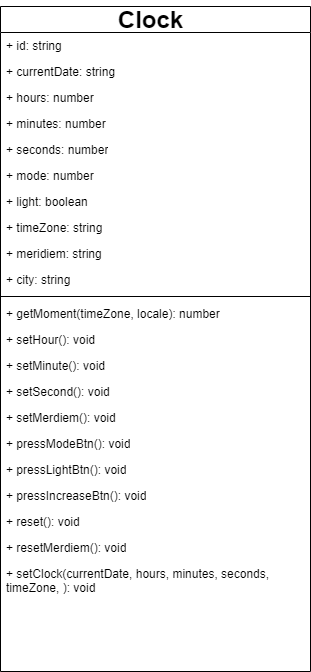
yennguyenthihoang/digital-clock-react-app keeps this draw.io diagram as docs/Watch Diagram.drawio.png. Above is the earlier version. Source tidied: cells renumbered, new cells last; positions are measured from the earlier drawing's top-left corner, leaving out a move shared by most shapes. The source it was exported from:
```xml
<mxGraphModel>
  <root>
    <mxCell id="0" />
    <mxCell id="1" parent="0" />
    <mxCell id="2" value="&lt;span style=&quot;color: rgba(0 , 0 , 0 , 0) ; font-family: monospace ; font-size: 0px ; font-weight: 400&quot;&gt;%3CmxGraphModel%3E%3Croot%3E%3CmxCell%20id%3D%220%22%2F%3E%3CmxCell%20id%3D%221%22%20parent%3D%220%22%2F%3E%3CmxCell%20id%3D%222%22%20value%3D%22%2B%20getSecond()%3A%20number%22%20style%3D%22text%3Bhtml%3D1%3BstrokeColor%3Dnone%3BfillColor%3Dnone%3Balign%3Dleft%3BverticalAlign%3Dtop%3BspacingLeft%3D4%3BspacingRight%3D4%3BwhiteSpace%3Dwrap%3Boverflow%3Dhidden%3Brotatable%3D0%3Bpoints%3D%5B%5B0%2C0.5%5D%2C%5B1%2C0.5%5D%5D%3BportConstraint%3Deastwest%3B%22%20vertex%3D%221%22%20parent%3D%221%22%3E%3CmxGeometry%20x%3D%2290%22%20y%3D%22377%22%20width%3D%22160%22%20height%3D%2226%22%20as%3D%22geometry%22%2F%3E%3C%2FmxCell%3E%3CmxCell%20id%3D%223%22%20value%3D%22%2B%20setSecond()%3A%20void%22%20style%3D%22text%3Bhtml%3D1%3BstrokeColor%3Dnone%3BfillColor%3Dnone%3Balign%3Dleft%3BverticalAlign%3Dtop%3BspacingLeft%3D4%3BspacingRight%3D4%3BwhiteSpace%3Dwrap%3Boverflow%3Dhidden%3Brotatable%3D0%3Bpoints%3D%5B%5B0%2C0.5%5D%2C%5B1%2C0.5%5D%5D%3BportConstraint%3Deastwest%3B%22%20vertex%3D%221%22%20parent%3D%221%22%3E%3CmxGeometry%20x%3D%2290%22%20y%3D%22403%22%20width%3D%22160%22%20height%3D%2226%22%20as%3D%22geometry%22%2F%3E%3C%2FmxCell%3E%3C%2Froot%3E%3C%2FmxGraphModel%3E&lt;/span&gt;" style="swimlane;html=1;fontStyle=1;align=center;verticalAlign=top;horizontal=1;startSize=26;swimlaneFillColor=#ffffff;rounded=0;shadow=0;comic=0;labelBackgroundColor=none;strokeWidth=1;fillColor=none;fontFamily=Verdana;fontSize=12;" parent="1" vertex="1">
      <mxGeometry y="6" width="310" height="665" as="geometry" />
    </mxCell>
    <mxCell id="3" value="+ id: string" style="text;html=1;strokeColor=none;fillColor=none;align=left;verticalAlign=top;spacingLeft=4;spacingRight=4;whiteSpace=wrap;overflow=hidden;" parent="2" vertex="1">
      <mxGeometry y="26" width="310" height="26" as="geometry" />
    </mxCell>
    <mxCell id="4" value="+ currentDate: string" style="text;html=1;strokeColor=none;fillColor=none;align=left;verticalAlign=top;spacingLeft=4;spacingRight=4;whiteSpace=wrap;overflow=hidden;" parent="2" vertex="1">
      <mxGeometry y="52" width="310" height="26" as="geometry" />
    </mxCell>
    <mxCell id="5" value="+ hours: number" style="text;html=1;strokeColor=none;fillColor=none;align=left;verticalAlign=top;spacingLeft=4;spacingRight=4;whiteSpace=wrap;overflow=hidden;" parent="2" vertex="1">
      <mxGeometry y="78" width="310" height="26" as="geometry" />
    </mxCell>
    <mxCell id="6" value="+ minutes: number" style="text;html=1;strokeColor=none;fillColor=none;align=left;verticalAlign=top;spacingLeft=4;spacingRight=4;whiteSpace=wrap;overflow=hidden;" parent="2" vertex="1">
      <mxGeometry y="104" width="310" height="26" as="geometry" />
    </mxCell>
    <mxCell id="7" value="+ seconds: number" style="text;html=1;strokeColor=none;fillColor=none;align=left;verticalAlign=top;spacingLeft=4;spacingRight=4;whiteSpace=wrap;overflow=hidden;" parent="2" vertex="1">
      <mxGeometry y="130" width="310" height="26" as="geometry" />
    </mxCell>
    <mxCell id="8" value="+ mode: number" style="text;html=1;strokeColor=none;fillColor=none;align=left;verticalAlign=top;spacingLeft=4;spacingRight=4;whiteSpace=wrap;overflow=hidden;" parent="2" vertex="1">
      <mxGeometry y="156" width="310" height="26" as="geometry" />
    </mxCell>
    <mxCell id="9" value="+ light: boolean" style="text;html=1;strokeColor=none;fillColor=none;align=left;verticalAlign=top;spacingLeft=4;spacingRight=4;whiteSpace=wrap;overflow=hidden;" parent="2" vertex="1">
      <mxGeometry y="182" width="310" height="26" as="geometry" />
    </mxCell>
    <mxCell id="10" value="+ timeZone: string" style="text;html=1;strokeColor=none;fillColor=none;align=left;verticalAlign=top;spacingLeft=4;spacingRight=4;whiteSpace=wrap;overflow=hidden;" parent="2" vertex="1">
      <mxGeometry y="208" width="310" height="26" as="geometry" />
    </mxCell>
    <mxCell id="11" value="+ meridiem: string" style="text;html=1;strokeColor=none;fillColor=none;align=left;verticalAlign=top;spacingLeft=4;spacingRight=4;whiteSpace=wrap;overflow=hidden;" parent="2" vertex="1">
      <mxGeometry y="234" width="310" height="26" as="geometry" />
    </mxCell>
    <mxCell id="12" value="+ city: string" style="text;html=1;strokeColor=none;fillColor=none;align=left;verticalAlign=top;spacingLeft=4;spacingRight=4;whiteSpace=wrap;overflow=hidden;" parent="2" vertex="1">
      <mxGeometry y="260" width="310" height="26" as="geometry" />
    </mxCell>
    <mxCell id="13" style="line;html=1;strokeWidth=1;fillColor=none;align=left;verticalAlign=middle;spacingTop=-1;spacingLeft=3;spacingRight=3;labelPosition=right;" parent="2" vertex="1">
      <mxGeometry y="286" width="310" height="8" as="geometry" />
    </mxCell>
    <mxCell id="14" value="+ getMoment(timeZone, locale): number" style="text;html=1;strokeColor=none;fillColor=none;align=left;verticalAlign=top;spacingLeft=4;spacingRight=4;whiteSpace=wrap;overflow=hidden;" parent="2" vertex="1">
      <mxGeometry y="294" width="310" height="26" as="geometry" />
    </mxCell>
    <mxCell id="15" value="+ setHour(): void" style="text;html=1;strokeColor=none;fillColor=none;align=left;verticalAlign=top;spacingLeft=4;spacingRight=4;whiteSpace=wrap;overflow=hidden;" parent="2" vertex="1">
      <mxGeometry y="320" width="310" height="26" as="geometry" />
    </mxCell>
    <mxCell id="16" value="+ setMinute(): void" style="text;html=1;strokeColor=none;fillColor=none;align=left;verticalAlign=top;spacingLeft=4;spacingRight=4;whiteSpace=wrap;overflow=hidden;" parent="2" vertex="1">
      <mxGeometry y="346" width="310" height="26" as="geometry" />
    </mxCell>
    <mxCell id="17" value="+ setSecond(): void" style="text;html=1;strokeColor=none;fillColor=none;align=left;verticalAlign=top;spacingLeft=4;spacingRight=4;whiteSpace=wrap;overflow=hidden;" parent="2" vertex="1">
      <mxGeometry y="372" width="310" height="26" as="geometry" />
    </mxCell>
    <mxCell id="18" value="+ setMerdiem(): void" style="text;html=1;strokeColor=none;fillColor=none;align=left;verticalAlign=top;spacingLeft=4;spacingRight=4;whiteSpace=wrap;overflow=hidden;" parent="2" vertex="1">
      <mxGeometry y="398" width="310" height="26" as="geometry" />
    </mxCell>
    <mxCell id="19" value="+ pressModeBtn(): void" style="text;html=1;strokeColor=none;fillColor=none;align=left;verticalAlign=top;spacingLeft=4;spacingRight=4;whiteSpace=wrap;overflow=hidden;" parent="2" vertex="1">
      <mxGeometry y="424" width="310" height="26" as="geometry" />
    </mxCell>
    <mxCell id="20" value="+ pressLightBtn(): void" style="text;html=1;strokeColor=none;fillColor=none;align=left;verticalAlign=top;spacingLeft=4;spacingRight=4;whiteSpace=wrap;overflow=hidden;" parent="2" vertex="1">
      <mxGeometry y="450" width="310" height="26" as="geometry" />
    </mxCell>
    <mxCell id="21" value="+ pressIncreaseBtn(): void" style="text;html=1;strokeColor=none;fillColor=none;align=left;verticalAlign=top;spacingLeft=4;spacingRight=4;whiteSpace=wrap;overflow=hidden;" parent="2" vertex="1">
      <mxGeometry y="476" width="310" height="26" as="geometry" />
    </mxCell>
    <mxCell id="22" value="+ reset(): void" style="text;html=1;strokeColor=none;fillColor=none;align=left;verticalAlign=top;spacingLeft=4;spacingRight=4;whiteSpace=wrap;overflow=hidden;" parent="2" vertex="1">
      <mxGeometry y="502" width="310" height="26" as="geometry" />
    </mxCell>
    <mxCell id="23" value="+ resetMerdiem(): void" style="text;html=1;strokeColor=none;fillColor=none;align=left;verticalAlign=top;spacingLeft=4;spacingRight=4;whiteSpace=wrap;overflow=hidden;" parent="2" vertex="1">
      <mxGeometry y="528" width="310" height="26" as="geometry" />
    </mxCell>
    <mxCell id="24" value="+ setClock(currentDate, hours, minutes, seconds, timeZone, ): void" style="text;html=1;strokeColor=none;fillColor=none;align=left;verticalAlign=top;spacingLeft=4;spacingRight=4;whiteSpace=wrap;overflow=hidden;" parent="2" vertex="1">
      <mxGeometry y="554" width="310" height="42" as="geometry" />
    </mxCell>
    <mxCell id="25" value="Clock" style="text;strokeColor=none;fillColor=none;html=1;fontSize=24;fontStyle=1;verticalAlign=middle;align=center;" parent="1" vertex="1">
      <mxGeometry x="100" width="100" height="40" as="geometry" />
    </mxCell>
  </root>
</mxGraphModel>
```
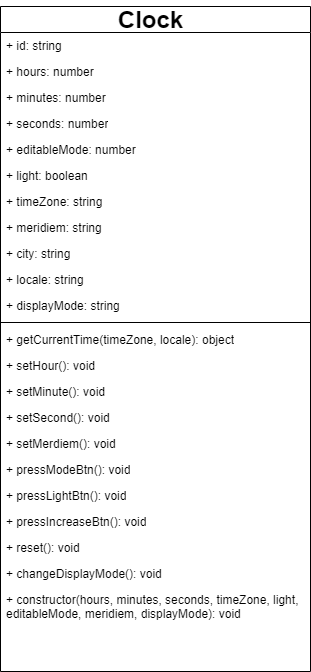
Later version of the same file.

Commit message:
Update readme and diagram photo

Change to the diagram source:
```diff
@@ -8,68 +8,71 @@
     <mxCell id="3" value="+ id: string" style="text;html=1;strokeColor=none;fillColor=none;align=left;verticalAlign=top;spacingLeft=4;spacingRight=4;whiteSpace=wrap;overflow=hidden;" parent="2" vertex="1">
       <mxGeometry y="26" width="310" height="26" as="geometry" />
     </mxCell>
-    <mxCell id="4" value="+ currentDate: string" style="text;html=1;strokeColor=none;fillColor=none;align=left;verticalAlign=top;spacingLeft=4;spacingRight=4;whiteSpace=wrap;overflow=hidden;" parent="2" vertex="1">
-      <mxGeometry y="52" width="310" height="26" as="geometry" />
-    </mxCell>
     <mxCell id="5" value="+ hours: number" style="text;html=1;strokeColor=none;fillColor=none;align=left;verticalAlign=top;spacingLeft=4;spacingRight=4;whiteSpace=wrap;overflow=hidden;" parent="2" vertex="1">
-      <mxGeometry y="78" width="310" height="26" as="geometry" />
+      <mxGeometry y="52" width="310" height="26" as="geometry" />
     </mxCell>
     <mxCell id="6" value="+ minutes: number" style="text;html=1;strokeColor=none;fillColor=none;align=left;verticalAlign=top;spacingLeft=4;spacingRight=4;whiteSpace=wrap;overflow=hidden;" parent="2" vertex="1">
-      <mxGeometry y="104" width="310" height="26" as="geometry" />
+      <mxGeometry y="78" width="310" height="26" as="geometry" />
     </mxCell>
     <mxCell id="7" value="+ seconds: number" style="text;html=1;strokeColor=none;fillColor=none;align=left;verticalAlign=top;spacingLeft=4;spacingRight=4;whiteSpace=wrap;overflow=hidden;" parent="2" vertex="1">
-      <mxGeometry y="130" width="310" height="26" as="geometry" />
+      <mxGeometry y="104" width="310" height="26" as="geometry" />
     </mxCell>
-    <mxCell id="8" value="+ mode: number" style="text;html=1;strokeColor=none;fillColor=none;align=left;verticalAlign=top;spacingLeft=4;spacingRight=4;whiteSpace=wrap;overflow=hidden;" parent="2" vertex="1">
-      <mxGeometry y="156" width="310" height="26" as="geometry" />
+    <mxCell id="8" value="+ editableMode: number" style="text;html=1;strokeColor=none;fillColor=none;align=left;verticalAlign=top;spacingLeft=4;spacingRight=4;whiteSpace=wrap;overflow=hidden;" parent="2" vertex="1">
+      <mxGeometry y="130" width="310" height="26" as="geometry" />
     </mxCell>
     <mxCell id="9" value="+ light: boolean" style="text;html=1;strokeColor=none;fillColor=none;align=left;verticalAlign=top;spacingLeft=4;spacingRight=4;whiteSpace=wrap;overflow=hidden;" parent="2" vertex="1">
-      <mxGeometry y="182" width="310" height="26" as="geometry" />
+      <mxGeometry y="156" width="310" height="26" as="geometry" />
     </mxCell>
     <mxCell id="10" value="+ timeZone: string" style="text;html=1;strokeColor=none;fillColor=none;align=left;verticalAlign=top;spacingLeft=4;spacingRight=4;whiteSpace=wrap;overflow=hidden;" parent="2" vertex="1">
-      <mxGeometry y="208" width="310" height="26" as="geometry" />
+      <mxGeometry y="182" width="310" height="26" as="geometry" />
     </mxCell>
     <mxCell id="11" value="+ meridiem: string" style="text;html=1;strokeColor=none;fillColor=none;align=left;verticalAlign=top;spacingLeft=4;spacingRight=4;whiteSpace=wrap;overflow=hidden;" parent="2" vertex="1">
-      <mxGeometry y="234" width="310" height="26" as="geometry" />
+      <mxGeometry y="208" width="310" height="26" as="geometry" />
     </mxCell>
     <mxCell id="12" value="+ city: string" style="text;html=1;strokeColor=none;fillColor=none;align=left;verticalAlign=top;spacingLeft=4;spacingRight=4;whiteSpace=wrap;overflow=hidden;" parent="2" vertex="1">
-      <mxGeometry y="260" width="310" height="26" as="geometry" />
+      <mxGeometry y="234" width="310" height="26" as="geometry" />
     </mxCell>
+    <mxCell id="26" value="+ locale: string" style="text;html=1;strokeColor=none;fillColor=none;align=left;verticalAlign=top;spacingLeft=4;spacingRight=4;whiteSpace=wrap;overflow=hidden;" parent="2" vertex="1">
+      <mxGeometry y="260" width="310" height="26" as="geometry" />
+    </mxCell>
+    <mxCell id="27" value="+ displayMode: string" style="text;html=1;strokeColor=none;fillColor=none;align=left;verticalAlign=top;spacingLeft=4;spacingRight=4;whiteSpace=wrap;overflow=hidden;" parent="2" vertex="1">
+      <mxGeometry y="286" width="310" height="26" as="geometry" />
+    </mxCell>
     <mxCell id="13" style="line;html=1;strokeWidth=1;fillColor=none;align=left;verticalAlign=middle;spacingTop=-1;spacingLeft=3;spacingRight=3;labelPosition=right;" parent="2" vertex="1">
-      <mxGeometry y="286" width="310" height="8" as="geometry" />
+      <mxGeometry y="312" width="310" height="8" as="geometry" />
     </mxCell>
-    <mxCell id="14" value="+ getMoment(timeZone, locale): number" style="text;html=1;strokeColor=none;fillColor=none;align=left;verticalAlign=top;spacingLeft=4;spacingRight=4;whiteSpace=wrap;overflow=hidden;" parent="2" vertex="1">
-      <mxGeometry y="294" width="310" height="26" as="geometry" />
+    <mxCell id="14" value="+ getCurrentTime(timeZone, locale): object" style="text;html=1;strokeColor=none;fillColor=none;align=left;verticalAlign=top;spacingLeft=4;spacingRight=4;whiteSpace=wrap;overflow=hidden;" parent="2" vertex="1">
+      <mxGeometry y="320" width="310" height="26" as="geometry" />
     </mxCell>
     <mxCell id="15" value="+ setHour(): void" style="text;html=1;strokeColor=none;fillColor=none;align=left;verticalAlign=top;spacingLeft=4;spacingRight=4;whiteSpace=wrap;overflow=hidden;" parent="2" vertex="1">
-      <mxGeometry y="320" width="310" height="26" as="geometry" />
+      <mxGeometry y="346" width="310" height="26" as="geometry" />
     </mxCell>
     <mxCell id="16" value="+ setMinute(): void" style="text;html=1;strokeColor=none;fillColor=none;align=left;verticalAlign=top;spacingLeft=4;spacingRight=4;whiteSpace=wrap;overflow=hidden;" parent="2" vertex="1">
-      <mxGeometry y="346" width="310" height="26" as="geometry" />
+      <mxGeometry y="372" width="310" height="26" as="geometry" />
     </mxCell>
     <mxCell id="17" value="+ setSecond(): void" style="text;html=1;strokeColor=none;fillColor=none;align=left;verticalAlign=top;spacingLeft=4;spacingRight=4;whiteSpace=wrap;overflow=hidden;" parent="2" vertex="1">
-      <mxGeometry y="372" width="310" height="26" as="geometry" />
+      <mxGeometry y="398" width="310" height="26" as="geometry" />
     </mxCell>
     <mxCell id="18" value="+ setMerdiem(): void" style="text;html=1;strokeColor=none;fillColor=none;align=left;verticalAlign=top;spacingLeft=4;spacingRight=4;whiteSpace=wrap;overflow=hidden;" parent="2" vertex="1">
-      <mxGeometry y="398" width="310" height="26" as="geometry" />
+      <mxGeometry y="424" width="310" height="26" as="geometry" />
     </mxCell>
     <mxCell id="19" value="+ pressModeBtn(): void" style="text;html=1;strokeColor=none;fillColor=none;align=left;verticalAlign=top;spacingLeft=4;spacingRight=4;whiteSpace=wrap;overflow=hidden;" parent="2" vertex="1">
-      <mxGeometry y="424" width="310" height="26" as="geometry" />
+      <mxGeometry y="450" width="310" height="26" as="geometry" />
     </mxCell>
     <mxCell id="20" value="+ pressLightBtn(): void" style="text;html=1;strokeColor=none;fillColor=none;align=left;verticalAlign=top;spacingLeft=4;spacingRight=4;whiteSpace=wrap;overflow=hidden;" parent="2" vertex="1">
-      <mxGeometry y="450" width="310" height="26" as="geometry" />
+      <mxGeometry y="476" width="310" height="26" as="geometry" />
     </mxCell>
     <mxCell id="21" value="+ pressIncreaseBtn(): void" style="text;html=1;strokeColor=none;fillColor=none;align=left;verticalAlign=top;spacingLeft=4;spacingRight=4;whiteSpace=wrap;overflow=hidden;" parent="2" vertex="1">
-      <mxGeometry y="476" width="310" height="26" as="geometry" />
+      <mxGeometry y="502" width="310" height="26" as="geometry" />
     </mxCell>
     <mxCell id="22" value="+ reset(): void" style="text;html=1;strokeColor=none;fillColor=none;align=left;verticalAlign=top;spacingLeft=4;spacingRight=4;whiteSpace=wrap;overflow=hidden;" parent="2" vertex="1">
-      <mxGeometry y="502" width="310" height="26" as="geometry" />
+      <mxGeometry y="528" width="310" height="26" as="geometry" />
     </mxCell>
-    <mxCell id="23" value="+ resetMerdiem(): void" style="text;html=1;strokeColor=none;fillColor=none;align=left;verticalAlign=top;spacingLeft=4;spacingRight=4;whiteSpace=wrap;overflow=hidden;" parent="2" vertex="1">
-      <mxGeometry y="528" width="310" height="26" as="geometry" />
+    <mxCell id="23" value="+ changeDisplayMode(): void" style="text;html=1;strokeColor=none;fillColor=none;align=left;verticalAlign=top;spacingLeft=4;spacingRight=4;whiteSpace=wrap;overflow=hidden;" parent="2" vertex="1">
+      <mxGeometry y="554" width="310" height="26" as="geometry" />
     </mxCell>
-    <mxCell id="24" value="+ setClock(currentDate, hours, minutes, seconds, timeZone, ): void" style="text;html=1;strokeColor=none;fillColor=none;align=left;verticalAlign=top;spacingLeft=4;spacingRight=4;whiteSpace=wrap;overflow=hidden;" parent="2" vertex="1">
-      <mxGeometry y="554" width="310" height="42" as="geometry" />
+    <mxCell id="24" value="+ constructor(hours, minutes, seconds, timeZone, light, editableMode, meridiem, displayMode): void" style="text;html=1;strokeColor=none;fillColor=none;align=left;verticalAlign=top;spacingLeft=4;spacingRight=4;whiteSpace=wrap;overflow=hidden;" parent="2" vertex="1">
+      <mxGeometry y="580" width="310" height="42" as="geometry" />
     </mxCell>
     <mxCell id="25" value="Clock" style="text;strokeColor=none;fillColor=none;html=1;fontSize=24;fontStyle=1;verticalAlign=middle;align=center;" parent="1" vertex="1">
       <mxGeometry x="100" width="100" height="40" as="geometry" />
```
